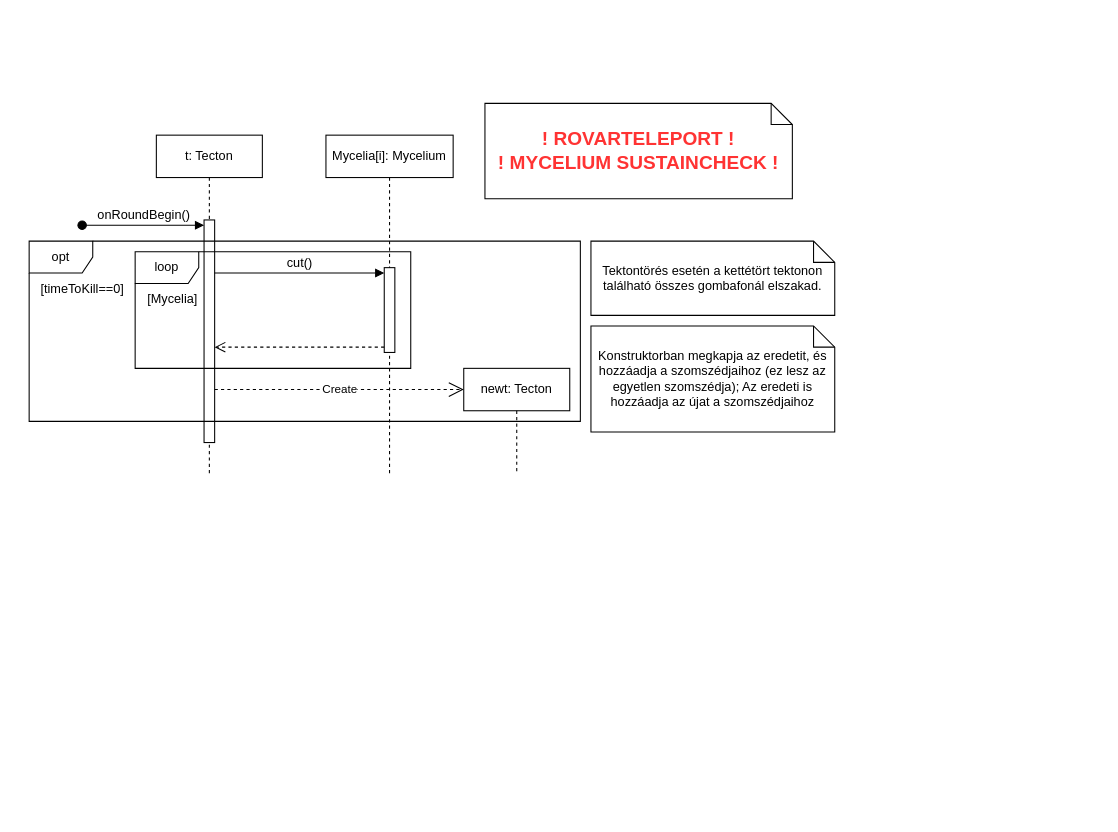
Before: page "TectonBreak" (12 of 12) of Szekvencia_Diagrammok.drawio in koharzsombor/bandITs, a draw.io diagram. Source tidied: cells renumbered, new cells numbered last; positions are measured from the earlier drawing's top-left corner, leaving out a move shared by most shapes. Both pictures are drawn from the tidied source at 106%, with x=0, y=0 at pixel (29, 103).
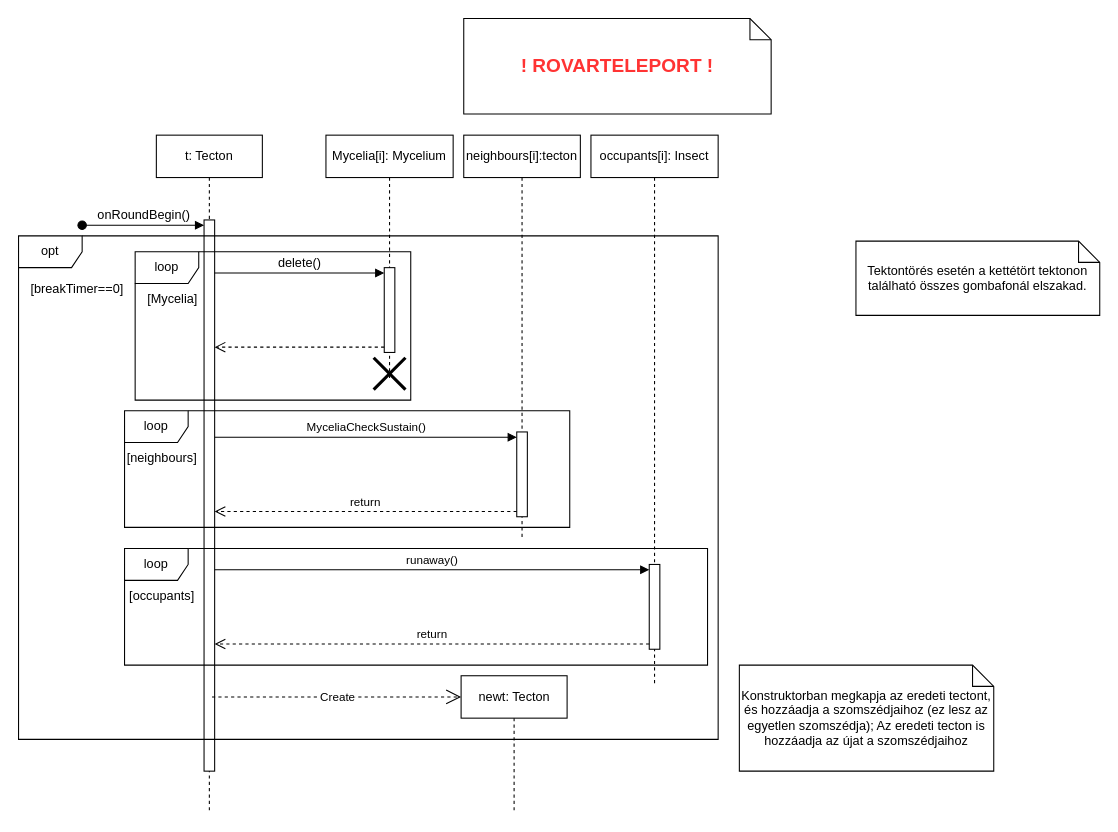
Above is the later version.

The change refers to these unchanged cells:
```xml
<mxCell id="6" style="html=1;points=[[0,0,0,0,5],[0,1,0,0,-5],[1,0,0,0,5],[1,1,0,0,-5]];perimeter=orthogonalPerimeter;outlineConnect=0;targetShapes=umlLifeline;portConstraint=eastwest;newEdgeStyle={&quot;curved&quot;:0,&quot;rounded&quot;:0};" parent="5" vertex="1">
  <mxGeometry x="55" y="125" width="10" height="80" as="geometry" />
</mxCell>
```

Diff of the diagram source:
```diff
@@
     <mxCell id="2" value="t: Tecton" style="shape=umlLifeline;perimeter=lifelinePerimeter;whiteSpace=wrap;html=1;newEdgeStyle={&quot;curved&quot;:0,&quot;rounded&quot;:0};" parent="1" vertex="1">
-      <mxGeometry x="120" y="30" width="100" height="320" as="geometry" />
+      <mxGeometry x="120" y="30" width="100" height="640" as="geometry" />
     </mxCell>
     <mxCell id="3" style="html=1;points=[[0,0,0,0,5],[0,1,0,0,-5],[1,0,0,0,5],[1,1,0,0,-5]];perimeter=orthogonalPerimeter;outlineConnect=0;targetShapes=umlLifeline;portConstraint=eastwest;newEdgeStyle={&quot;curved&quot;:0,&quot;rounded&quot;:0};" parent="2" vertex="1">
-      <mxGeometry x="45" y="80" width="10" height="210" as="geometry" />
+      <mxGeometry x="45" y="80" width="10" height="520" as="geometry" />
     </mxCell>
@@
     <mxCell id="5" value="Mycelia[i]: Mycelium" style="shape=umlLifeline;perimeter=lifelinePerimeter;whiteSpace=wrap;html=1;newEdgeStyle={&quot;curved&quot;:0,&quot;rounded&quot;:0};" parent="1" vertex="1">
-      <mxGeometry x="280" y="30" width="120" height="320" as="geometry" />
+      <mxGeometry x="280" y="30" width="120" height="230" as="geometry" />
     </mxCell>
@@
     <mxCell id="7" value="loop" style="shape=umlFrame;whiteSpace=wrap;html=1;" parent="1" vertex="1">
-      <mxGeometry x="100" y="140" width="260" height="110" as="geometry" />
+      <mxGeometry x="100" y="140" width="260" height="140" as="geometry" />
     </mxCell>
@@
-    <mxCell id="9" value="cut()" style="html=1;verticalAlign=bottom;endArrow=block;curved=0;rounded=0;entryX=0;entryY=0;entryDx=0;entryDy=5;fontSize=12;" parent="1" edge="1" source="3" target="6">
+    <mxCell id="9" value="delete()" style="html=1;verticalAlign=bottom;endArrow=block;curved=0;rounded=0;entryX=0;entryY=0;entryDx=0;entryDy=5;fontSize=12;" parent="1" edge="1" source="3" target="6">
       <mxGeometry relative="1" as="geometry" />
     </mxCell>
@@
     <mxCell id="11" value="Tektontörés esetén a kettétört tektonon található összes gombafonál elszakad." style="shape=note;size=20;whiteSpace=wrap;html=1;fontColor=#000000;labelBackgroundColor=none;" parent="1" vertex="1">
-      <mxGeometry x="530" y="130" width="230" height="70" as="geometry" />
+      <mxGeometry x="780" y="130" width="230" height="70" as="geometry" />
     </mxCell>
     <mxCell id="12" value="newt: Tecton" style="shape=umlLifeline;perimeter=lifelinePerimeter;whiteSpace=wrap;html=1;newEdgeStyle={&quot;curved&quot;:0,&quot;rounded&quot;:0};" parent="1" vertex="1">
-      <mxGeometry x="410" y="250" width="100" height="100" as="geometry" />
+      <mxGeometry x="407.5" y="540" width="100" height="130" as="geometry" />
     </mxCell>
-    <mxCell id="13" value="Create" style="endArrow=open;endSize=12;dashed=1;html=1;rounded=0;" parent="1" edge="1" source="3">
+    <mxCell id="13" value="Create" style="endArrow=open;endSize=12;dashed=1;html=1;rounded=0;" parent="1" edge="1">
       <mxGeometry relative="1" as="geometry">
-        <mxPoint x="410" y="270" as="targetPoint" />
+        <mxPoint x="172.5" y="560" as="sourcePoint" />
+        <mxPoint x="407.5" y="560" as="targetPoint" />
       </mxGeometry>
     </mxCell>
     <mxCell id="14" value="opt" style="shape=umlFrame;whiteSpace=wrap;html=1;" parent="1" vertex="1">
-      <mxGeometry y="130" width="520" height="170" as="geometry" />
+      <mxGeometry x="-10" y="125" width="660" height="475" as="geometry" />
     </mxCell>
-    <mxCell id="15" value="[timeToKill==0]" style="text;html=1;align=center;verticalAlign=middle;strokeColor=none;fillColor=none;" parent="1" vertex="1">
-      <mxGeometry y="160" width="100" height="30" as="geometry" />
+    <mxCell id="15" value="[breakTimer==0]" style="text;html=1;align=center;verticalAlign=middle;strokeColor=none;fillColor=none;" parent="1" vertex="1">
+      <mxGeometry x="-10" y="160" width="110" height="30" as="geometry" />
     </mxCell>
-    <mxCell id="16" value="Konstruktorban megkapja az eredetit, és hozzáadja a szomszédjaihoz (ez lesz az egyetlen szomszédja); Az eredeti is hozzáadja az újat a szomszédjaihoz" style="shape=note;size=20;whiteSpace=wrap;html=1;" parent="1" vertex="1">
-      <mxGeometry x="530" y="210" width="230" height="100" as="geometry" />
+    <mxCell id="16" value="Konstruktorban megkapja az eredeti tectont, és hozzáadja a szomszédjaihoz (ez lesz az egyetlen szomszédja); Az eredeti tecton is hozzáadja az újat a szomszédjaihoz" style="shape=note;size=20;whiteSpace=wrap;html=1;" parent="1" vertex="1">
+      <mxGeometry x="670" y="530" width="240" height="100" as="geometry" />
     </mxCell>
-    <mxCell id="17" value="&lt;b style=&quot;color: rgb(255, 51, 51); font-size: 18px; background-color: transparent;&quot;&gt;! ROVARTELEPORT !&lt;/b&gt;&lt;div&gt;&lt;b style=&quot;color: rgb(255, 51, 51); font-size: 18px; background-color: transparent;&quot;&gt;! MYCELIUM SUSTAINCHECK !&lt;/b&gt;&lt;/div&gt;" style="shape=note;size=20;whiteSpace=wrap;html=1;align=center;" parent="1" vertex="1">
-      <mxGeometry x="430" width="290" height="90" as="geometry" />
+    <mxCell id="17" value="&lt;b style=&quot;color: rgb(255, 51, 51); font-size: 18px; background-color: transparent;&quot;&gt;! ROVARTELEPORT !&lt;/b&gt;" style="shape=note;size=20;whiteSpace=wrap;html=1;align=center;" parent="1" vertex="1">
+      <mxGeometry x="410" y="-80" width="290" height="90" as="geometry" />
     </mxCell>
+    <mxCell id="18" value="loop" style="shape=umlFrame;whiteSpace=wrap;html=1;" parent="1" vertex="1">
+      <mxGeometry x="90" y="290" width="420" height="110" as="geometry" />
+    </mxCell>
+    <mxCell id="19" value="[neighbours]" style="text;html=1;align=center;verticalAlign=middle;strokeColor=none;fillColor=none;" parent="1" vertex="1">
+      <mxGeometry x="80" y="320" width="90" height="30" as="geometry" />
+    </mxCell>
+    <mxCell id="20" value="neighbours[i]:tecton" style="shape=umlLifeline;perimeter=lifelinePerimeter;whiteSpace=wrap;html=1;newEdgeStyle={&quot;curved&quot;:0,&quot;rounded&quot;:0};" parent="1" vertex="1">
+      <mxGeometry x="410" y="30" width="110" height="380" as="geometry" />
+    </mxCell>
+    <mxCell id="21" style="html=1;points=[[0,0,0,0,5],[0,1,0,0,-5],[1,0,0,0,5],[1,1,0,0,-5]];perimeter=orthogonalPerimeter;outlineConnect=0;targetShapes=umlLifeline;portConstraint=eastwest;newEdgeStyle={&quot;curved&quot;:0,&quot;rounded&quot;:0};" parent="20" vertex="1">
+      <mxGeometry x="50" y="280" width="10" height="80" as="geometry" />
+    </mxCell>
+    <mxCell id="22" style="shape=umlDestroy;whiteSpace=wrap;html=1;strokeWidth=3;targetShapes=umlLifeline;" parent="1" vertex="1">
+      <mxGeometry x="325" y="240" width="30" height="30" as="geometry" />
+    </mxCell>
+    <mxCell id="23" value="MyceliaCheckSustain()" style="html=1;verticalAlign=bottom;endArrow=block;curved=0;rounded=0;entryX=0;entryY=0;entryDx=0;entryDy=5;" parent="1" edge="1" source="3" target="21">
+      <mxGeometry relative="1" as="geometry" />
+    </mxCell>
+    <mxCell id="24" value="return" style="html=1;verticalAlign=bottom;endArrow=open;dashed=1;endSize=8;curved=0;rounded=0;exitX=0;exitY=1;exitDx=0;exitDy=-5;" parent="1" edge="1" source="21" target="3">
+      <mxGeometry relative="1" as="geometry" />
+    </mxCell>
+    <mxCell id="25" value="loop" style="shape=umlFrame;whiteSpace=wrap;html=1;" parent="1" vertex="1">
+      <mxGeometry x="90" y="420" width="550" height="110" as="geometry" />
+    </mxCell>
+    <mxCell id="26" value="[occupants]" style="text;html=1;align=center;verticalAlign=middle;strokeColor=none;fillColor=none;" parent="1" vertex="1">
+      <mxGeometry x="85" y="450" width="80" height="30" as="geometry" />
+    </mxCell>
+    <mxCell id="27" value="occupants[i]: Insect" style="shape=umlLifeline;perimeter=lifelinePerimeter;whiteSpace=wrap;html=1;newEdgeStyle={&quot;curved&quot;:0,&quot;rounded&quot;:0};" parent="1" vertex="1">
+      <mxGeometry x="530" y="30" width="120" height="520" as="geometry" />
+    </mxCell>
+    <mxCell id="28" style="html=1;points=[[0,0,0,0,5],[0,1,0,0,-5],[1,0,0,0,5],[1,1,0,0,-5]];perimeter=orthogonalPerimeter;outlineConnect=0;targetShapes=umlLifeline;portConstraint=eastwest;newEdgeStyle={&quot;curved&quot;:0,&quot;rounded&quot;:0};" parent="27" vertex="1">
+      <mxGeometry x="55" y="405" width="10" height="80" as="geometry" />
+    </mxCell>
+    <mxCell id="29" value="runaway()" style="html=1;verticalAlign=bottom;endArrow=block;curved=0;rounded=0;entryX=0;entryY=0;entryDx=0;entryDy=5;" parent="1" edge="1" source="3" target="28">
+      <mxGeometry relative="1" as="geometry" />
+    </mxCell>
+    <mxCell id="30" value="return" style="html=1;verticalAlign=bottom;endArrow=open;dashed=1;endSize=8;curved=0;rounded=0;exitX=0;exitY=1;exitDx=0;exitDy=-5;" parent="1" edge="1" source="28" target="3">
+      <mxGeometry relative="1" as="geometry" />
+    </mxCell>
```
